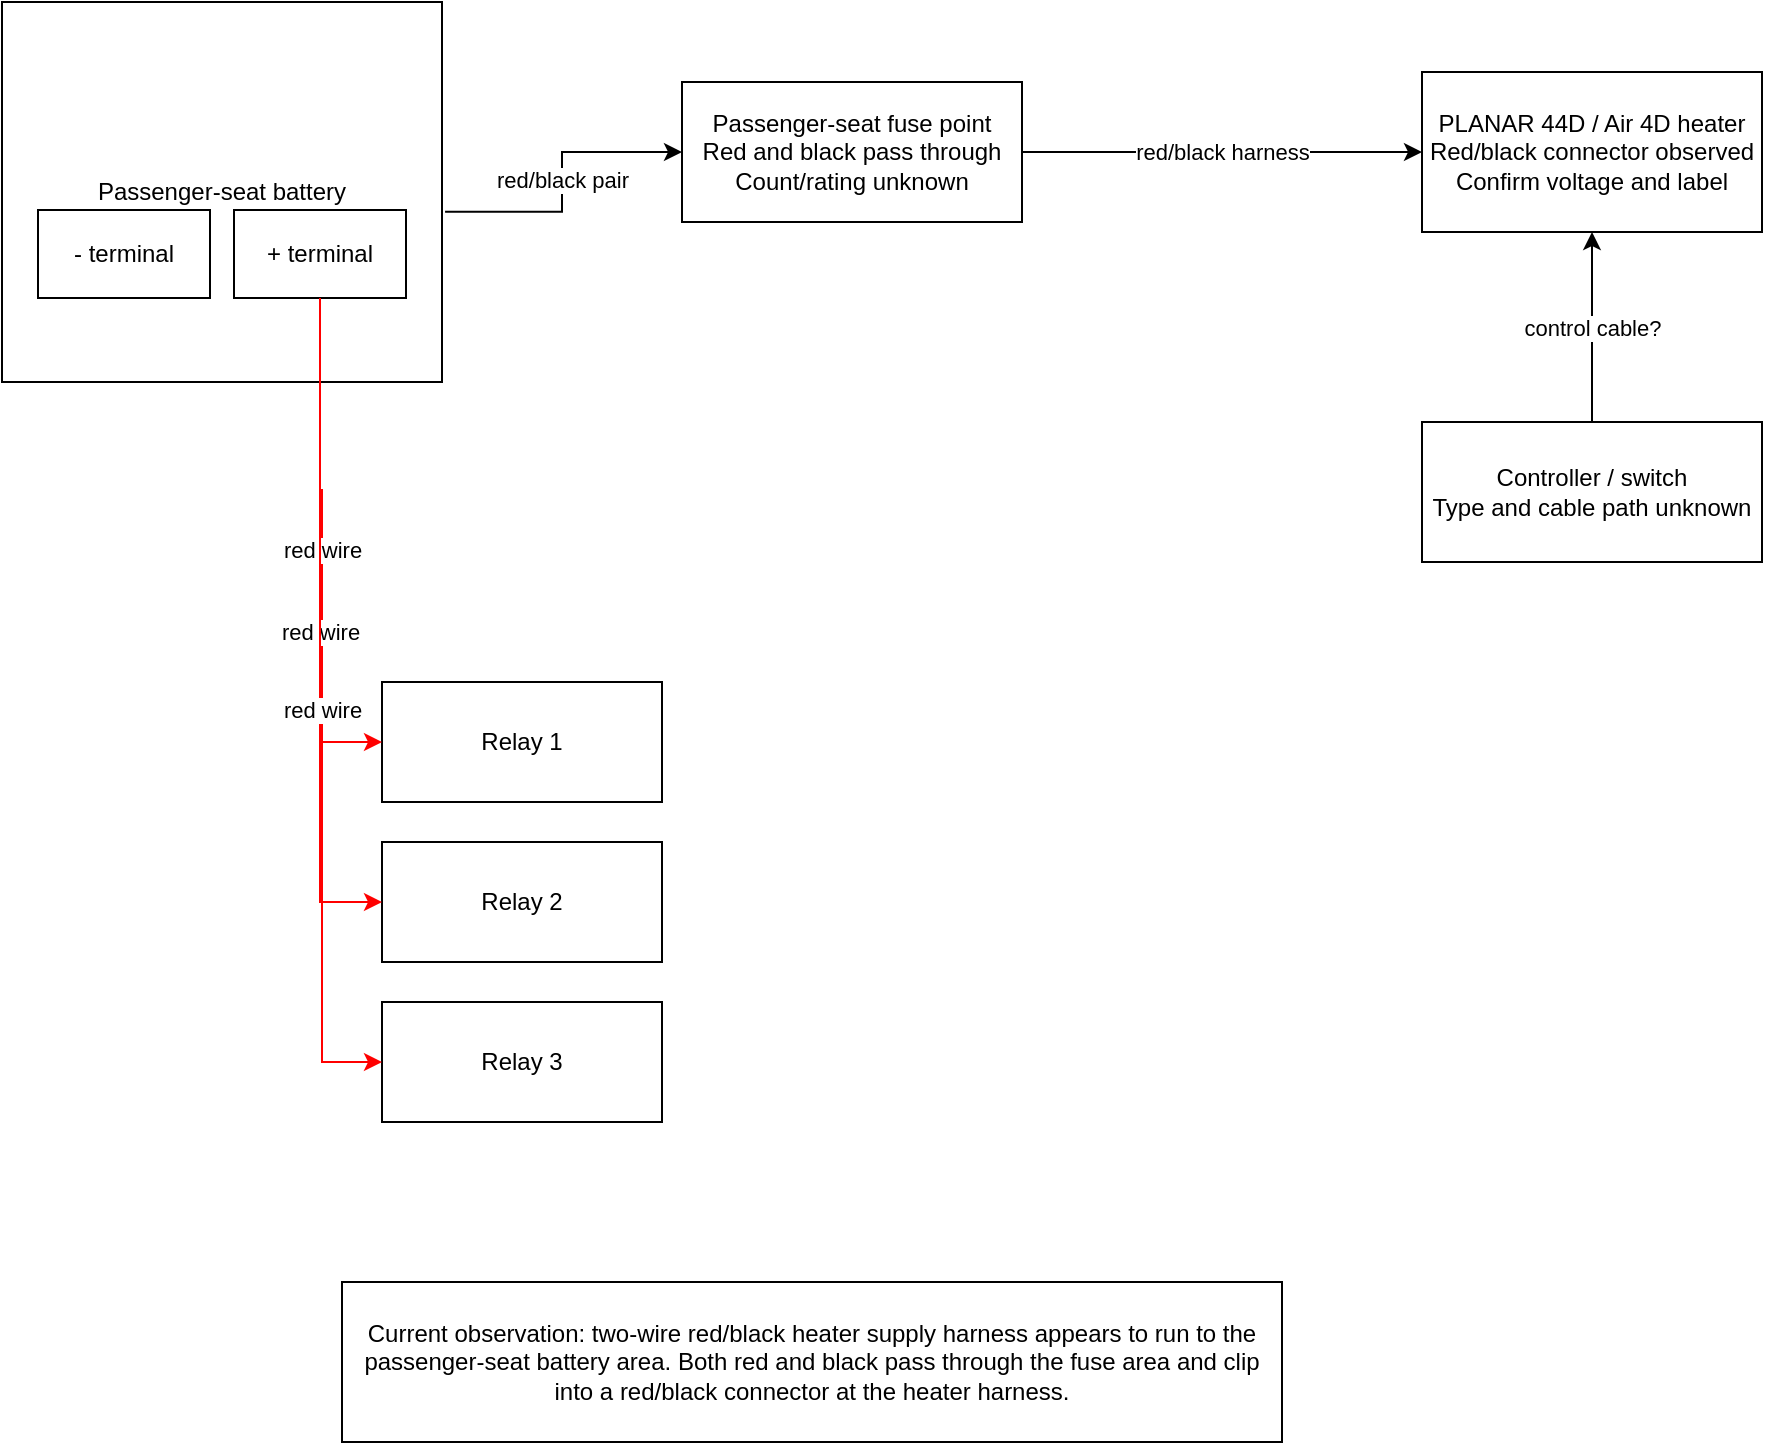
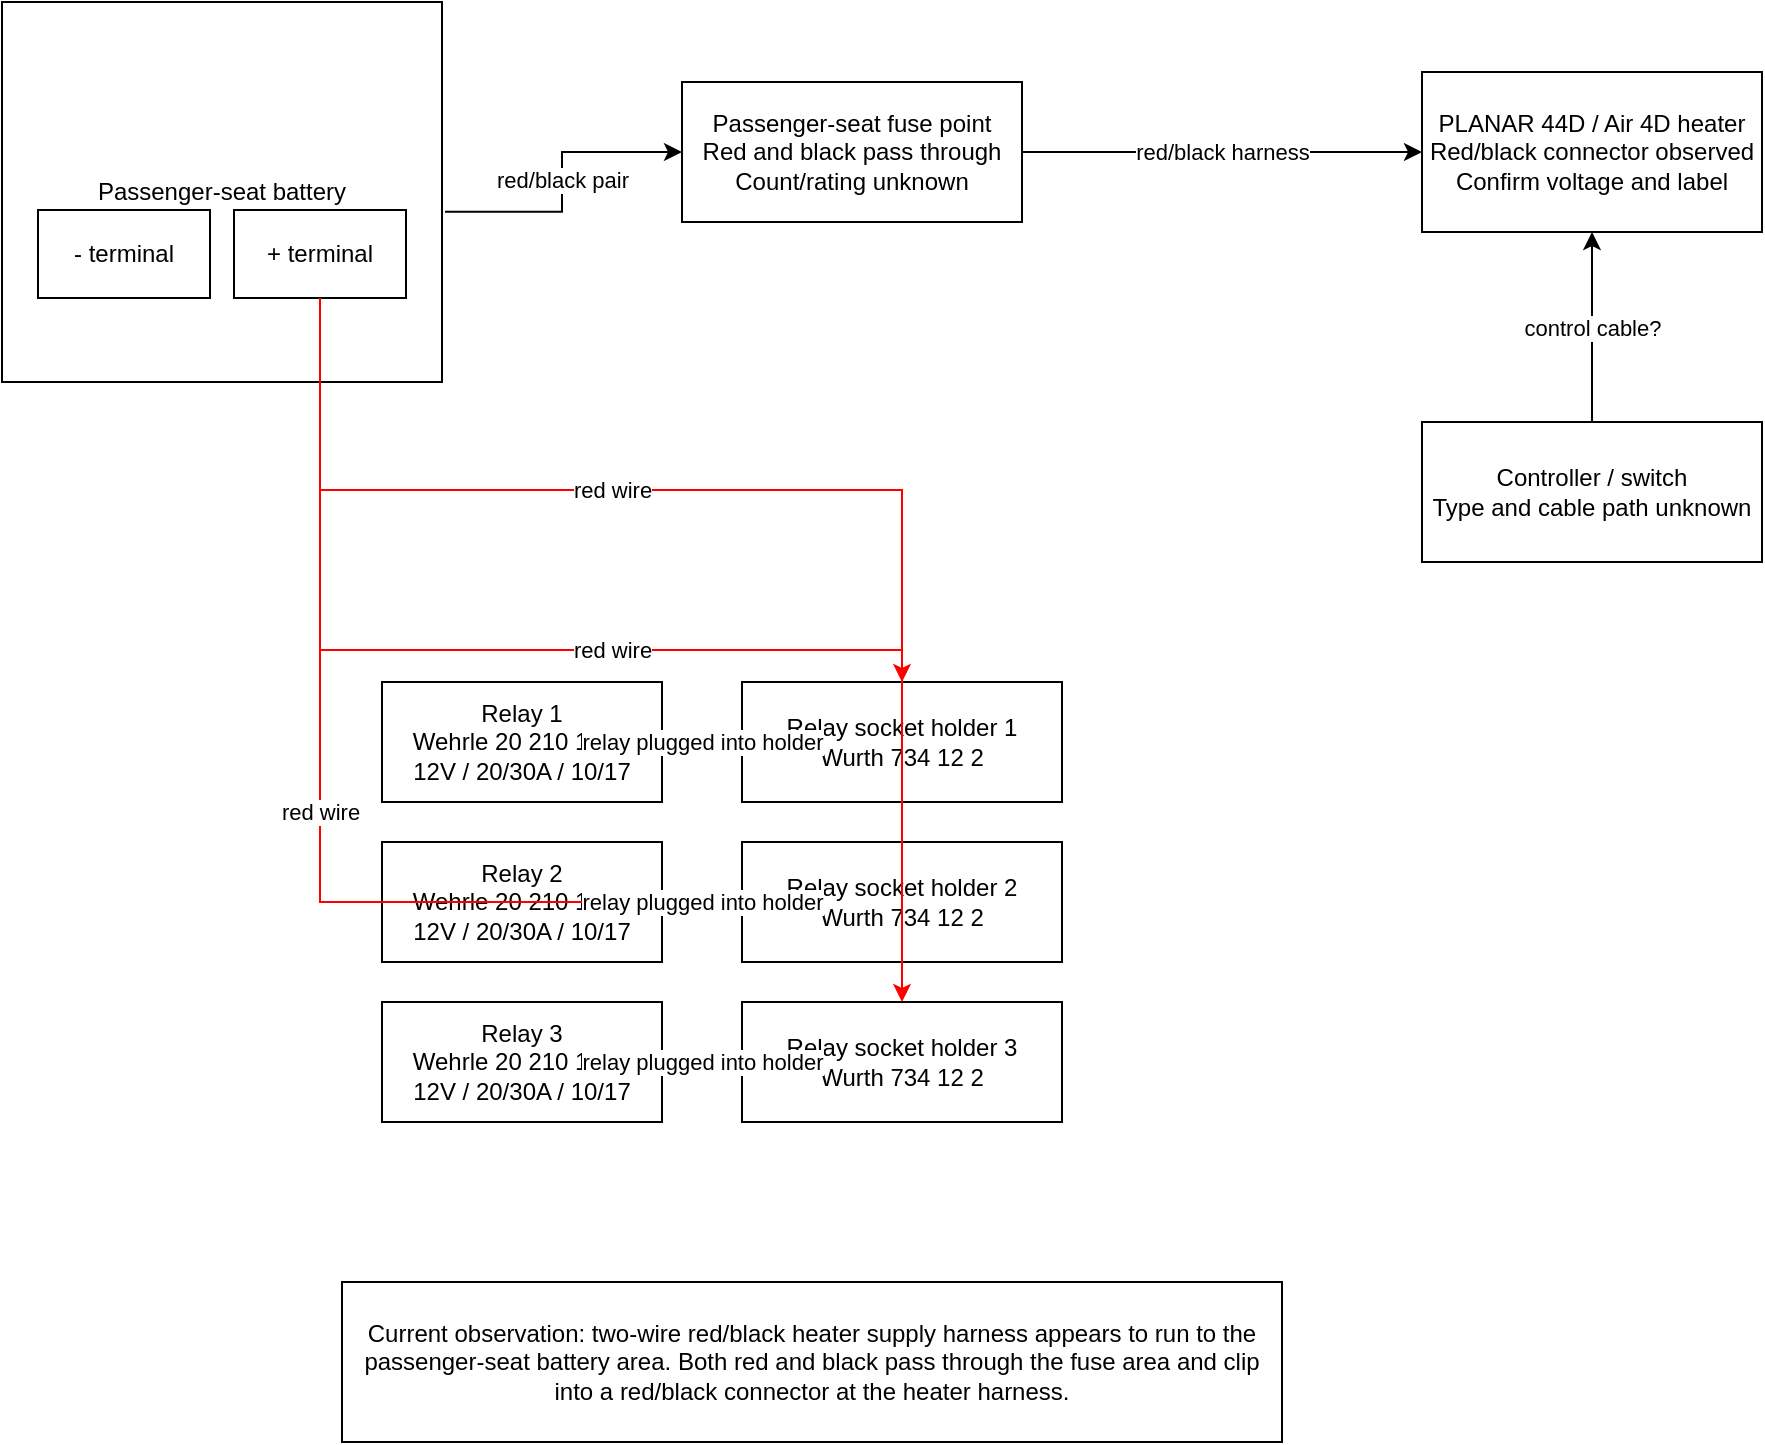
<mxfile host="Electron" agent="Mozilla/5.0 (X11; Linux x86_64) AppleWebKit/537.36 (KHTML, like Gecko) draw.io/29.6.1 Chrome/142.0.7444.265 Electron/39.8.0 Safari/537.36" version="29.6.1">
  <diagram id="electronics-wiring" name="Electronics Wiring">
    <mxGraphModel dx="1230" dy="506" grid="1" gridSize="10" guides="1" tooltips="1" connect="1" arrows="1" fold="1" page="0" pageScale="1" pageWidth="1169" pageHeight="827" math="0" shadow="0">
      <root>
        <mxCell id="0" />
        <mxCell id="1" parent="0" />
        <mxCell id="battery-group" parent="1" style="whiteSpace=wrap;html=1;" value="Passenger-seat battery" vertex="1">
          <mxGeometry height="190" width="220" x="-230" y="110" as="geometry" />
        </mxCell>
        <mxCell id="battery-negative" parent="battery-group" style="whiteSpace=wrap;html=1;" value="- terminal" vertex="1">
          <mxGeometry height="44" width="86" x="18" y="104" as="geometry" />
        </mxCell>
        <mxCell id="battery-positive" parent="battery-group" style="whiteSpace=wrap;html=1;" value="+ terminal" vertex="1">
          <mxGeometry height="44" width="86" x="116" y="104" as="geometry" />
        </mxCell>
        <mxCell id="main-fuse-distribution" parent="1" style="whiteSpace=wrap;html=1;" value="Passenger-seat fuse point&lt;br&gt;Red and black pass through&lt;br&gt;Count/rating unknown" vertex="1">
          <mxGeometry height="70" width="170" x="110" y="150" as="geometry" />
        </mxCell>
-         <mxCell id="relay-1" parent="1" style="whiteSpace=wrap;html=1;" value="Relay 1" vertex="1">
+         <mxCell id="relay-1" parent="1" style="whiteSpace=wrap;html=1;" value="Relay 1&lt;br&gt;Wehrle 20 210 100A&lt;br&gt;12V / 20/30A / 10/17" vertex="1">
          <mxGeometry height="60" width="140" x="-40" y="450" as="geometry" />
        </mxCell>
-         <mxCell id="relay-2" parent="1" style="whiteSpace=wrap;html=1;" value="Relay 2" vertex="1">
+         <mxCell id="relay-1-holder" parent="1" style="whiteSpace=wrap;html=1;" value="Relay socket holder 1&lt;br&gt;Wurth 734 12 2" vertex="1">
+           <mxGeometry height="60" width="160" x="140" y="450" as="geometry" />
+         </mxCell>
+         <mxCell id="relay-2" parent="1" style="whiteSpace=wrap;html=1;" value="Relay 2&lt;br&gt;Wehrle 20 210 100A&lt;br&gt;12V / 20/30A / 10/17" vertex="1">
          <mxGeometry height="60" width="140" x="-40" y="530" as="geometry" />
        </mxCell>
-         <mxCell id="relay-3" parent="1" style="whiteSpace=wrap;html=1;" value="Relay 3" vertex="1">
+         <mxCell id="relay-2-holder" parent="1" style="whiteSpace=wrap;html=1;" value="Relay socket holder 2&lt;br&gt;Wurth 734 12 2" vertex="1">
+           <mxGeometry height="60" width="160" x="140" y="530" as="geometry" />
+         </mxCell>
+         <mxCell id="relay-3" parent="1" style="whiteSpace=wrap;html=1;" value="Relay 3&lt;br&gt;Wehrle 20 210 100A&lt;br&gt;12V / 20/30A / 10/17" vertex="1">
          <mxGeometry height="60" width="140" x="-40" y="610" as="geometry" />
+         </mxCell>
+         <mxCell id="relay-3-holder" parent="1" style="whiteSpace=wrap;html=1;" value="Relay socket holder 3&lt;br&gt;Wurth 734 12 2" vertex="1">
+           <mxGeometry height="60" width="160" x="140" y="610" as="geometry" />
        </mxCell>
        <mxCell id="planar-heater" parent="1" style="whiteSpace=wrap;html=1;" value="PLANAR 44D / Air 4D heater&lt;br&gt;Red/black connector observed&lt;br&gt;Confirm voltage and label" vertex="1">
          <mxGeometry height="80" width="170" x="480" y="145" as="geometry" />
        </mxCell>
        <mxCell id="controller-switch" parent="1" style="whiteSpace=wrap;html=1;" value="Controller / switch&lt;br&gt;Type and cable path unknown" vertex="1">
          <mxGeometry height="70" width="170" x="480" y="320" as="geometry" />
        </mxCell>
        <mxCell id="note" parent="1" style="whiteSpace=wrap;html=1;" value="Current observation: two-wire red/black heater supply harness appears to run to the passenger-seat battery area. Both red and black pass through the fuse area and clip into a red/black connector at the heater harness." vertex="1">
          <mxGeometry height="80" width="470" x="-60" y="750" as="geometry" />
        </mxCell>
        <mxCell id="edge-feed-to-main" edge="1" parent="1" source="battery-group" style="edgeStyle=orthogonalEdgeStyle;rounded=0;orthogonalLoop=1;jettySize=auto;html=1;exitX=1.007;exitY=0.552;exitDx=0;exitDy=0;exitPerimeter=0;" target="main-fuse-distribution" value="red/black pair">
          <mxGeometry relative="1" as="geometry" />
        </mxCell>
-         <mxCell id="edge-battery-positive-to-relay-1" edge="1" parent="1" source="battery-positive" style="edgeStyle=orthogonalEdgeStyle;rounded=0;orthogonalLoop=1;jettySize=auto;html=1;strokeColor=#ff0000;" target="relay-1" value="red wire">
+         <mxCell id="edge-battery-positive-to-relay-1" edge="1" parent="1" source="battery-positive" style="edgeStyle=orthogonalEdgeStyle;rounded=0;orthogonalLoop=1;jettySize=auto;html=1;strokeColor=#ff0000;" target="relay-1-holder" value="red wire">
          <mxGeometry relative="1" as="geometry">
            <Array as="points">
-               <mxPoint x="-71" y="354" />
-               <mxPoint x="-70" y="354" />
-               <mxPoint x="-70" y="480" />
+               <mxPoint x="220" y="354" />
+               <mxPoint x="220" y="480" />
            </Array>
          </mxGeometry>
        </mxCell>
-         <mxCell id="edge-battery-positive-to-relay-2" edge="1" parent="1" source="battery-positive" style="edgeStyle=orthogonalEdgeStyle;rounded=0;orthogonalLoop=1;jettySize=auto;html=1;strokeColor=#ff0000;" target="relay-2" value="red wire">
+         <mxCell id="edge-relay-1-to-holder" edge="1" parent="1" source="relay-1-holder" style="edgeStyle=orthogonalEdgeStyle;rounded=0;orthogonalLoop=1;jettySize=auto;html=1;dashed=1;" target="relay-1" value="relay plugged into holder">
+           <mxGeometry relative="1" as="geometry" />
+         </mxCell>
+         <mxCell id="edge-battery-positive-to-relay-2" edge="1" parent="1" source="battery-positive" style="edgeStyle=orthogonalEdgeStyle;rounded=0;orthogonalLoop=1;jettySize=auto;html=1;strokeColor=#ff0000;" target="relay-2-holder" value="red wire">
          <mxGeometry relative="1" as="geometry">
            <Array as="points">
-               <mxPoint x="-71" y="560" />
+               <mxPoint x="220" y="560" />
            </Array>
          </mxGeometry>
        </mxCell>
-         <mxCell id="edge-battery-positive-to-relay-3" edge="1" parent="1" source="battery-positive" style="edgeStyle=orthogonalEdgeStyle;rounded=0;orthogonalLoop=1;jettySize=auto;html=1;strokeColor=#ff0000;" target="relay-3" value="red wire">
+         <mxCell id="edge-relay-2-to-holder" edge="1" parent="1" source="relay-2-holder" style="edgeStyle=orthogonalEdgeStyle;rounded=0;orthogonalLoop=1;jettySize=auto;html=1;dashed=1;" target="relay-2" value="relay plugged into holder">
+           <mxGeometry relative="1" as="geometry" />
+         </mxCell>
+         <mxCell id="edge-battery-positive-to-relay-3" edge="1" parent="1" source="battery-positive" style="edgeStyle=orthogonalEdgeStyle;rounded=0;orthogonalLoop=1;jettySize=auto;html=1;strokeColor=#ff0000;" target="relay-3-holder" value="red wire">
          <mxGeometry relative="1" as="geometry">
            <Array as="points">
-               <mxPoint x="-71" y="434" />
-               <mxPoint x="-70" y="434" />
-               <mxPoint x="-70" y="640" />
+               <mxPoint x="220" y="434" />
+               <mxPoint x="220" y="640" />
            </Array>
          </mxGeometry>
+         </mxCell>
+         <mxCell id="edge-relay-3-to-holder" edge="1" parent="1" source="relay-3-holder" style="edgeStyle=orthogonalEdgeStyle;rounded=0;orthogonalLoop=1;jettySize=auto;html=1;dashed=1;" target="relay-3" value="relay plugged into holder">
+           <mxGeometry relative="1" as="geometry" />
        </mxCell>
        <mxCell id="edge-fuse-to-heater" edge="1" parent="1" source="main-fuse-distribution" style="edgeStyle=orthogonalEdgeStyle;rounded=0;orthogonalLoop=1;jettySize=auto;html=1;" target="planar-heater" value="red/black harness">
          <mxGeometry relative="1" as="geometry">
            <mxPoint x="890" y="190" as="sourcePoint" />
          </mxGeometry>
        </mxCell>
        <mxCell id="edge-controller-to-heater" edge="1" parent="1" source="controller-switch" style="edgeStyle=orthogonalEdgeStyle;rounded=0;orthogonalLoop=1;jettySize=auto;html=1;" target="planar-heater" value="control cable?">
          <mxGeometry relative="1" as="geometry" />
        </mxCell>
      </root>
    </mxGraphModel>
  </diagram>
</mxfile>
